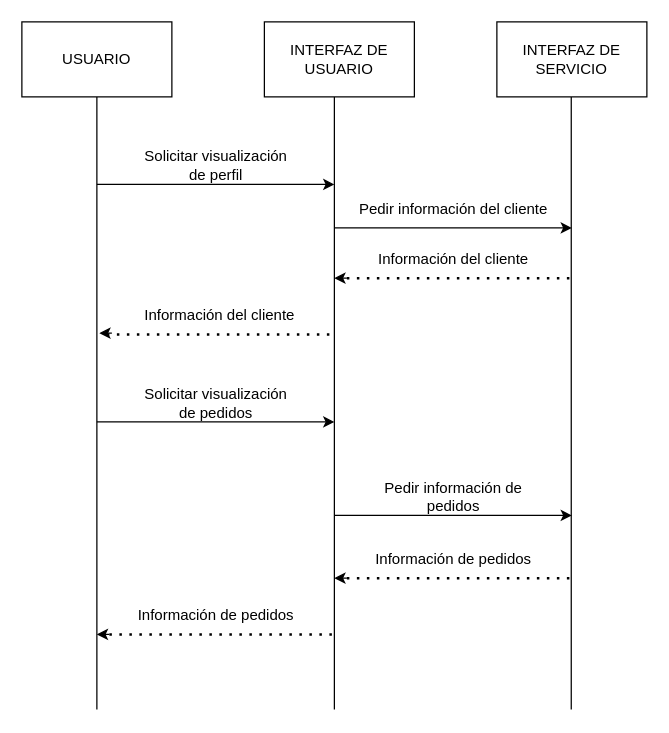
This is page "Página-9" (9 of 12) of diagrams/secuencia/DS-002.drawio from ClaudiaOviedoGovantes/ComercialPostigo, a draw.io file, before an edit. Source tidied: cells renumbered, new cells numbered last; positions are measured from the earlier drawing's top-left corner, leaving out a move shared by most shapes. Both pictures are drawn from the tidied source at 125%, with x=0, y=0 at pixel (21, 21).
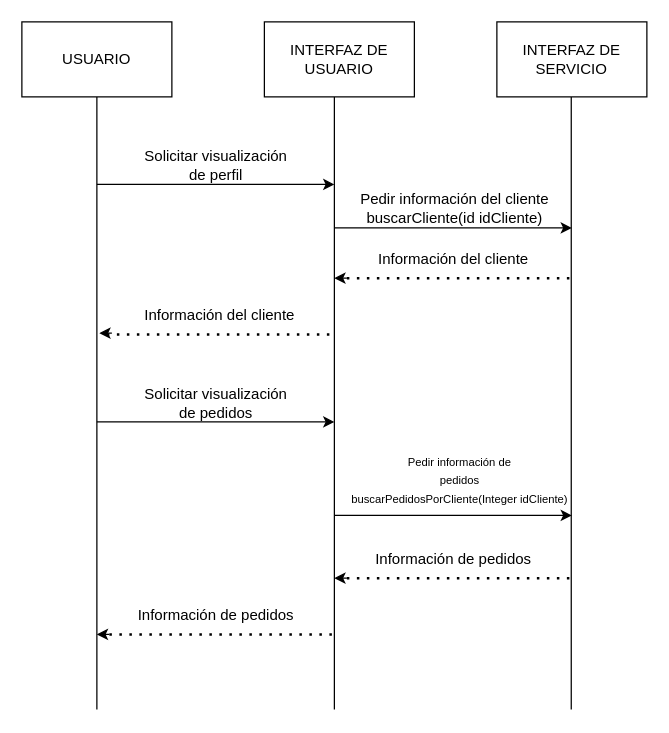
The same page after the edit.

The edit, as a diff of the source:
```diff
@@
-    <mxCell id="12" value="Pedir información del cliente" style="text;html=1;align=center;verticalAlign=middle;strokeColor=none;fillColor=none;" parent="1" vertex="1">
-      <mxGeometry x="260" y="135" width="170" height="30" as="geometry" />
+    <mxCell id="12" value="Pedir información del cliente&lt;div&gt;buscarCliente(id idCliente)&lt;/div&gt;" style="text;html=1;align=center;verticalAlign=middle;strokeColor=none;fillColor=none;" parent="1" vertex="1">
+      <mxGeometry x="261" y="128" width="169" height="41" as="geometry" />
     </mxCell>
@@
-    <mxCell id="21" value="Pedir información de&lt;div&gt;pedidos&lt;/div&gt;" style="text;html=1;align=center;verticalAlign=middle;strokeColor=none;fillColor=none;" parent="1" vertex="1">
-      <mxGeometry x="280" y="360" width="130" height="40" as="geometry" />
+    <mxCell id="21" value="&lt;font style=&quot;font-size: 9px;&quot;&gt;Pedir información de&lt;/font&gt;&lt;div&gt;&lt;font style=&quot;font-size: 9px;&quot;&gt;pedidos&lt;/font&gt;&lt;/div&gt;&lt;div&gt;&lt;font style=&quot;font-size: 9px;&quot;&gt;buscarPedidosPorCliente(Integer idCliente)&lt;/font&gt;&lt;/div&gt;" style="text;html=1;align=center;verticalAlign=middle;strokeColor=none;fillColor=none;" parent="1" vertex="1">
+      <mxGeometry x="254" y="338" width="191" height="55" as="geometry" />
     </mxCell>
```
